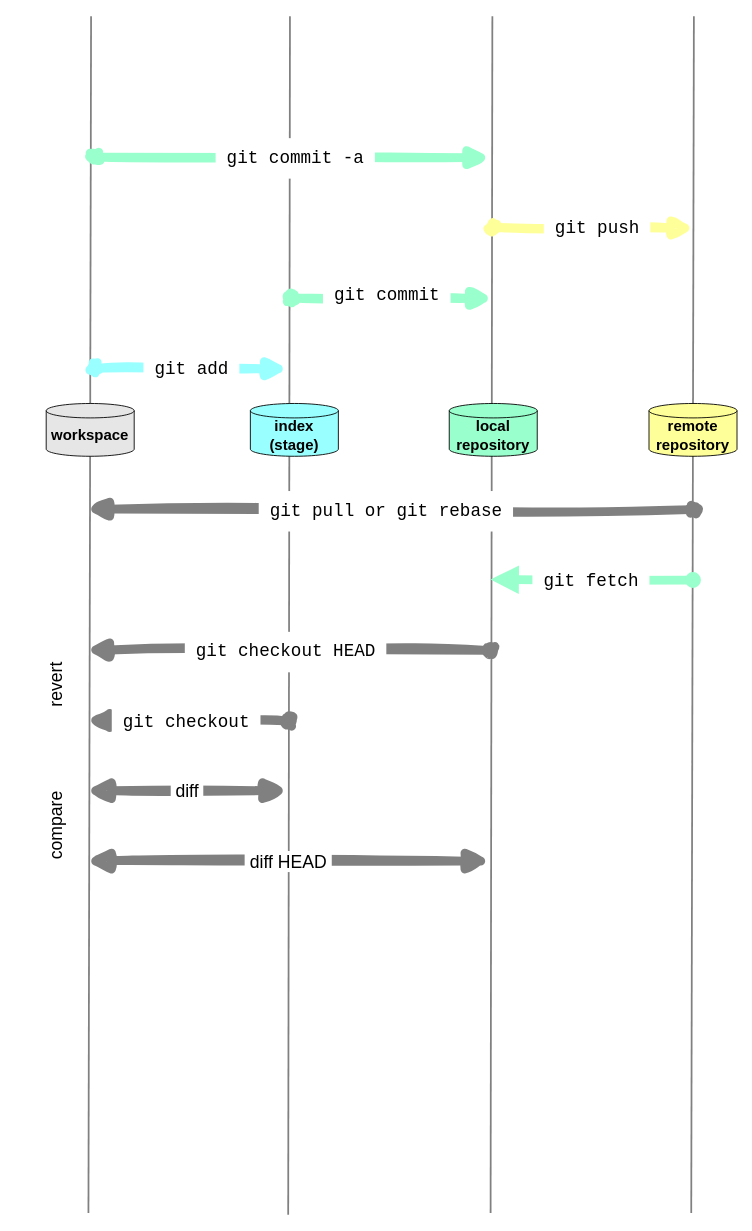
The draw.io diagram page "3 areas" (1 of 3) of Git Knowledge Map.drawio in wxfls/draw.io, before the edit. Source tidied: cells renumbered, new cells numbered last; positions are measured from the earlier drawing's top-left corner, leaving out a move shared by most shapes. Both pictures are drawn from the tidied source at 88%, with x=0, y=0 at pixel (24, 16).
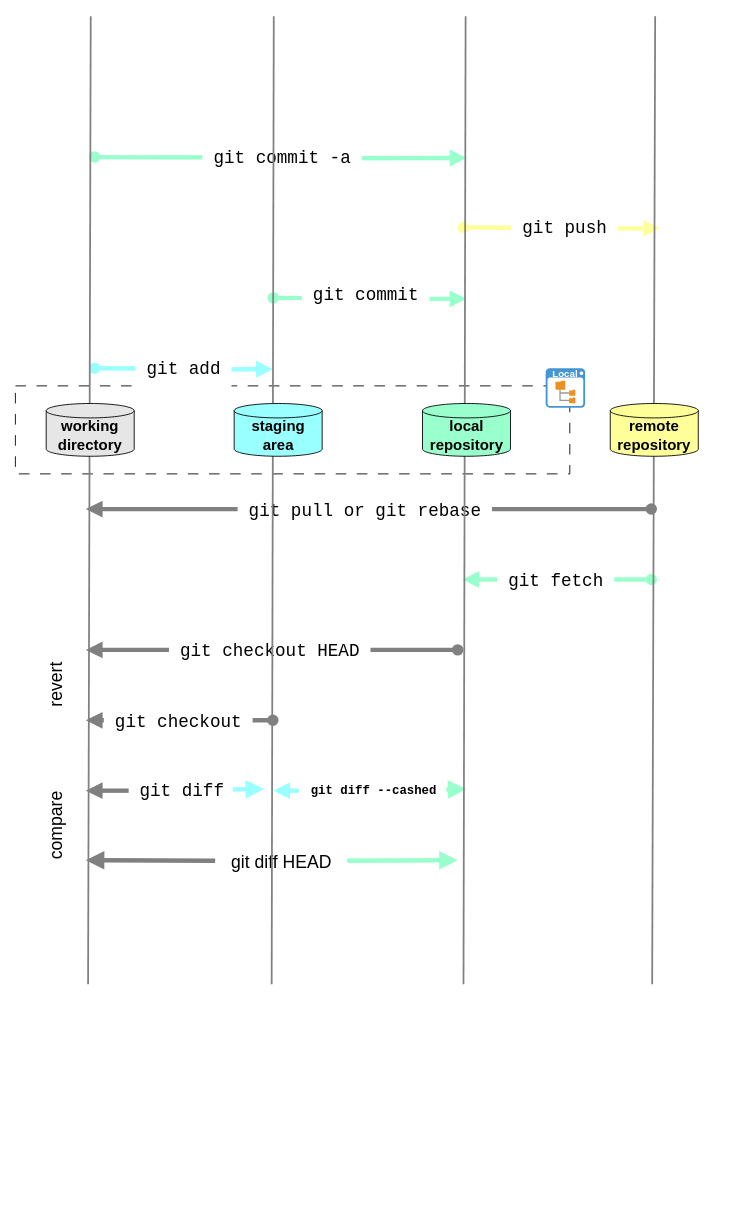
Above is the later version.

What changed in the source:
```diff
@@
-    <mxCell id="2" style="endArrow=none;html=1;rounded=0;strokeWidth=2;strokeColor=#808080;" parent="1" edge="1">
-      <mxGeometry relative="1" as="geometry">
-        <mxPoint x="73" y="1360" as="sourcePoint" />
-        <mxPoint x="76" as="targetPoint" />
-      </mxGeometry>
-    </mxCell>
-    <mxCell id="3" style="endArrow=none;html=1;rounded=0;strokeWidth=2;strokeColor=#808080;" parent="1" edge="1">
-      <mxGeometry relative="1" as="geometry">
-        <mxPoint x="300" y="1362" as="sourcePoint" />
-        <mxPoint x="302" as="targetPoint" />
-      </mxGeometry>
-    </mxCell>
-    <mxCell id="4" style="endArrow=none;html=1;rounded=0;strokeWidth=2;strokeColor=#808080;" parent="1" edge="1">
-      <mxGeometry relative="1" as="geometry">
-        <mxPoint x="758" y="1360" as="sourcePoint" />
-        <mxPoint x="761" as="targetPoint" />
-      </mxGeometry>
-    </mxCell>
-    <mxCell id="5" style="endArrow=none;html=1;rounded=0;strokeWidth=2;strokeColor=#808080;" parent="1" edge="1">
-      <mxGeometry relative="1" as="geometry">
-        <mxPoint x="530" y="1360" as="sourcePoint" />
-        <mxPoint x="532" as="targetPoint" />
-      </mxGeometry>
-    </mxCell>
-    <mxCell id="6" value="&lt;b&gt;&lt;font style=&quot;font-size: 17px;&quot;&gt;workspace&lt;/font&gt;&lt;/b&gt;" style="shape=cylinder3;whiteSpace=wrap;html=1;boundedLbl=1;backgroundOutline=1;size=8.199981689453125;fillColor=#E6E6E6;flipH=0;flipV=0;" parent="1" vertex="1">
-      <mxGeometry x="25" y="440" width="100" height="60" as="geometry" />
-    </mxCell>
-    <mxCell id="7" value="&lt;b&gt;&lt;font style=&quot;font-size: 17px;&quot;&gt;remote repository&lt;/font&gt;&lt;/b&gt;" style="shape=cylinder3;whiteSpace=wrap;html=1;boundedLbl=1;backgroundOutline=1;size=8.199981689453125;fillColor=#FFFF99;flipH=0;flipV=0;" parent="1" vertex="1">
-      <mxGeometry x="710" y="440" width="100" height="60" as="geometry" />
-    </mxCell>
-    <mxCell id="8" value="&lt;b&gt;&lt;font style=&quot;font-size: 17px;&quot;&gt;local repository&lt;/font&gt;&lt;/b&gt;" style="shape=cylinder3;whiteSpace=wrap;html=1;boundedLbl=1;backgroundOutline=1;size=8.199981689453125;fillColor=#99FFCC;flipH=0;flipV=0;" parent="1" vertex="1">
-      <mxGeometry x="483" y="440" width="100" height="60" as="geometry" />
-    </mxCell>
-    <mxCell id="9" value="&lt;b&gt;&lt;font style=&quot;font-size: 17px;&quot;&gt;index&lt;br&gt;(stage)&lt;/font&gt;&lt;/b&gt;" style="shape=cylinder3;whiteSpace=wrap;html=1;boundedLbl=1;backgroundOutline=1;size=8.199981689453125;fillColor=#99FFFF;flipH=0;flipV=0;" parent="1" vertex="1">
-      <mxGeometry x="257" y="440" width="100" height="60" as="geometry" />
-    </mxCell>
+    <mxCell id="30" style="rounded=0;whiteSpace=wrap;html=1;hachureGap=4;fontFamily=Architects Daughter;fillColor=none;dashed=1;dashPattern=12 12;" parent="1" vertex="1">
+      <mxGeometry x="-10" y="420" width="630" height="100" as="geometry" />
+    </mxCell>
-    <mxCell id="10" value="&lt;pre&gt;&lt;br&gt;&lt;/pre&gt;" style="html=1;verticalAlign=bottom;startArrow=oval;startFill=1;endArrow=block;startSize=8;curved=0;rounded=0;shadow=0;strokeColor=#99FFCC;align=center;fontFamily=Helvetica;fontSize=11;fontColor=default;labelBackgroundColor=default;edgeStyle=orthogonalEdgeStyle;flowAnimation=0;strokeWidth=10;sketch=1;curveFitting=1;jiggle=2;" parent="1" edge="1">
+    <mxCell id="10" value="&lt;pre&gt;&lt;br&gt;&lt;/pre&gt;" style="html=1;verticalAlign=bottom;startArrow=oval;startFill=1;endArrow=block;startSize=8;curved=0;rounded=0;shadow=0;strokeColor=#99FFCC;align=center;fontFamily=Helvetica;fontSize=11;fontColor=default;labelBackgroundColor=default;edgeStyle=orthogonalEdgeStyle;flowAnimation=0;strokeWidth=5;" parent="1" edge="1">
       <mxGeometry relative="1" as="geometry">
         <mxPoint x="80" y="160" as="sourcePoint" />
-        <mxPoint x="530" y="160.6" as="targetPoint" />
+        <mxPoint x="502.6" y="161" as="targetPoint" />
       </mxGeometry>
     </mxCell>
@@
-    <mxCell id="12" value="&lt;pre&gt;&lt;br&gt;&lt;/pre&gt;" style="html=1;verticalAlign=bottom;startArrow=oval;startFill=1;endArrow=block;startSize=8;curved=0;rounded=0;shadow=0;strokeColor=#99FFCC;align=center;fontFamily=Helvetica;fontSize=11;fontColor=default;labelBackgroundColor=default;edgeStyle=orthogonalEdgeStyle;flowAnimation=0;strokeWidth=10;sketch=1;curveFitting=1;jiggle=2;" parent="1" edge="1">
+    <mxCell id="12" value="&lt;pre&gt;&lt;br&gt;&lt;/pre&gt;" style="html=1;verticalAlign=bottom;startArrow=oval;startFill=1;endArrow=block;startSize=8;curved=0;rounded=0;shadow=0;strokeColor=#99FFCC;align=center;fontFamily=Helvetica;fontSize=11;fontColor=default;labelBackgroundColor=default;edgeStyle=orthogonalEdgeStyle;flowAnimation=0;strokeWidth=5;" parent="1" edge="1">
       <mxGeometry relative="1" as="geometry">
-        <mxPoint x="303" y="320" as="sourcePoint" />
-        <mxPoint x="533" y="320.6" as="targetPoint" />
+        <mxPoint x="283" y="320" as="sourcePoint" />
+        <mxPoint x="502.6" y="321" as="targetPoint" />
       </mxGeometry>
     </mxCell>
@@
-    <mxCell id="14" value="&lt;pre&gt;&lt;br&gt;&lt;/pre&gt;" style="html=1;verticalAlign=bottom;startArrow=oval;startFill=1;endArrow=block;startSize=8;curved=0;rounded=0;shadow=0;strokeColor=#99FFFF;align=center;fontFamily=Helvetica;fontSize=11;fontColor=default;labelBackgroundColor=default;edgeStyle=orthogonalEdgeStyle;flowAnimation=1;strokeWidth=10;sketch=1;curveFitting=1;jiggle=2;" parent="1" edge="1">
+    <mxCell id="14" value="&lt;pre&gt;&lt;br&gt;&lt;/pre&gt;" style="html=1;verticalAlign=bottom;startArrow=oval;startFill=1;endArrow=block;startSize=8;curved=0;rounded=0;shadow=0;strokeColor=#99FFFF;align=center;fontFamily=Helvetica;fontSize=11;fontColor=default;labelBackgroundColor=default;edgeStyle=orthogonalEdgeStyle;flowAnimation=0;strokeWidth=5;" parent="1" edge="1">
       <mxGeometry relative="1" as="geometry">
         <mxPoint x="80" y="400" as="sourcePoint" />
-        <mxPoint x="300" y="400.6" as="targetPoint" />
+        <mxPoint x="282.6" y="401" as="targetPoint" />
       </mxGeometry>
     </mxCell>
@@
-    <mxCell id="16" value="&lt;pre&gt;&lt;br&gt;&lt;/pre&gt;" style="html=1;verticalAlign=bottom;startArrow=oval;startFill=1;endArrow=block;startSize=8;curved=0;rounded=0;shadow=0;strokeColor=#FFFF99;align=center;fontFamily=Helvetica;fontSize=11;fontColor=default;labelBackgroundColor=default;edgeStyle=orthogonalEdgeStyle;flowAnimation=0;strokeWidth=10;sketch=1;curveFitting=1;jiggle=2;" parent="1" edge="1">
+    <mxCell id="16" value="&lt;pre&gt;&lt;br&gt;&lt;/pre&gt;" style="html=1;verticalAlign=bottom;startArrow=oval;startFill=1;endArrow=block;startSize=8;curved=0;rounded=0;shadow=0;strokeColor=#FFFF99;align=center;fontFamily=Helvetica;fontSize=11;fontColor=default;labelBackgroundColor=default;edgeStyle=orthogonalEdgeStyle;flowAnimation=0;strokeWidth=5;" parent="1" edge="1">
       <mxGeometry relative="1" as="geometry">
-        <mxPoint x="532" y="240" as="sourcePoint" />
-        <mxPoint x="762" y="240.6" as="targetPoint" />
+        <mxPoint x="499" y="240" as="sourcePoint" />
+        <mxPoint x="722.6" y="241" as="targetPoint" />
       </mxGeometry>
     </mxCell>
@@
-    <mxCell id="18" value="&lt;pre&gt;&lt;br&gt;&lt;/pre&gt;" style="html=1;verticalAlign=bottom;startArrow=oval;startFill=1;endArrow=block;startSize=8;curved=0;rounded=0;shadow=0;strokeColor=#808080;align=center;fontFamily=Helvetica;fontSize=11;fontColor=default;labelBackgroundColor=default;edgeStyle=orthogonalEdgeStyle;flowAnimation=1;strokeWidth=10;sketch=1;curveFitting=1;jiggle=2;" parent="1" edge="1">
+    <mxCell id="18" value="&lt;pre&gt;&lt;br&gt;&lt;/pre&gt;" style="html=1;verticalAlign=bottom;startArrow=oval;startFill=1;endArrow=block;startSize=8;curved=0;rounded=0;shadow=0;strokeColor=#808080;align=center;fontFamily=Helvetica;fontSize=11;fontColor=default;labelBackgroundColor=default;edgeStyle=orthogonalEdgeStyle;flowAnimation=0;strokeWidth=5;" parent="1" edge="1">
       <mxGeometry relative="1" as="geometry">
-        <mxPoint x="760" y="560.6" as="sourcePoint" />
+        <mxPoint x="712.6" y="560" as="sourcePoint" />
         <mxPoint x="70" y="560" as="targetPoint" />
       </mxGeometry>
     </mxCell>
@@
-    <mxCell id="20" value="&lt;pre&gt;&lt;br&gt;&lt;/pre&gt;" style="html=1;verticalAlign=bottom;startArrow=oval;startFill=1;endArrow=block;startSize=8;curved=0;rounded=0;shadow=0;strokeColor=#99FFCC;align=center;fontFamily=Helvetica;fontSize=11;fontColor=default;labelBackgroundColor=default;edgeStyle=orthogonalEdgeStyle;flowAnimation=0;strokeWidth=10;" parent="1" edge="1">
+    <mxCell id="20" value="&lt;pre&gt;&lt;br&gt;&lt;/pre&gt;" style="html=1;verticalAlign=bottom;startArrow=oval;startFill=1;endArrow=block;startSize=8;curved=0;rounded=0;shadow=0;strokeColor=#99FFCC;align=center;fontFamily=Helvetica;fontSize=11;fontColor=default;labelBackgroundColor=default;edgeStyle=orthogonalEdgeStyle;flowAnimation=0;strokeWidth=5;" parent="1" edge="1">
       <mxGeometry relative="1" as="geometry">
-        <mxPoint x="760" y="640.6" as="sourcePoint" />
-        <mxPoint x="530" y="640" as="targetPoint" />
+        <mxPoint x="712.6" y="640" as="sourcePoint" />
+        <mxPoint x="498" y="640" as="targetPoint" />
       </mxGeometry>
     </mxCell>
@@
-    <mxCell id="22" value="&lt;pre&gt;&lt;br&gt;&lt;/pre&gt;" style="html=1;verticalAlign=bottom;startArrow=oval;startFill=1;endArrow=block;startSize=8;curved=0;rounded=0;shadow=0;strokeColor=#808080;align=center;fontFamily=Helvetica;fontSize=11;fontColor=default;labelBackgroundColor=default;edgeStyle=orthogonalEdgeStyle;flowAnimation=1;strokeWidth=10;sketch=1;curveFitting=1;jiggle=2;" parent="1" edge="1">
+    <mxCell id="22" value="&lt;pre&gt;&lt;br&gt;&lt;/pre&gt;" style="html=1;verticalAlign=bottom;startArrow=oval;startFill=1;endArrow=block;startSize=8;curved=0;rounded=0;shadow=0;strokeColor=#808080;align=center;fontFamily=Helvetica;fontSize=11;fontColor=default;labelBackgroundColor=default;edgeStyle=orthogonalEdgeStyle;flowAnimation=0;strokeWidth=5;" parent="1" edge="1">
       <mxGeometry relative="1" as="geometry">
-        <mxPoint x="530" y="720.6" as="sourcePoint" />
+        <mxPoint x="492.6" y="720" as="sourcePoint" />
         <mxPoint x="70" y="720" as="targetPoint" />
       </mxGeometry>
     </mxCell>
@@
-    <mxCell id="24" value="&lt;pre&gt;&lt;br&gt;&lt;/pre&gt;" style="html=1;verticalAlign=bottom;startArrow=oval;startFill=1;endArrow=block;startSize=8;curved=0;rounded=0;shadow=0;strokeColor=#808080;align=center;fontFamily=Helvetica;fontSize=11;fontColor=default;labelBackgroundColor=default;edgeStyle=orthogonalEdgeStyle;flowAnimation=0;strokeWidth=10;sketch=1;curveFitting=1;jiggle=2;" parent="1" edge="1">
+    <mxCell id="24" value="&lt;pre&gt;&lt;br&gt;&lt;/pre&gt;" style="html=1;verticalAlign=bottom;startArrow=oval;startFill=1;endArrow=block;startSize=8;curved=0;rounded=0;shadow=0;strokeColor=#808080;align=center;fontFamily=Helvetica;fontSize=11;fontColor=default;labelBackgroundColor=default;edgeStyle=orthogonalEdgeStyle;flowAnimation=0;strokeWidth=5;" parent="1" edge="1">
       <mxGeometry relative="1" as="geometry">
-        <mxPoint x="300" y="800.6" as="sourcePoint" />
+        <mxPoint x="282.6" y="800" as="sourcePoint" />
         <mxPoint x="70" y="800" as="targetPoint" />
       </mxGeometry>
     </mxCell>
@@
+    <mxCell id="29" value="&lt;font style=&quot;font-size: 20px;&quot;&gt;compare&lt;/font&gt;" style="text;html=1;align=center;verticalAlign=middle;strokeColor=none;fillColor=none;fontFamily=Helvetica;fontSize=11;fontColor=default;labelBackgroundColor=default;horizontal=0;" parent="1" vertex="1">
+      <mxGeometry x="10" y="875" width="50" height="90" as="geometry" />
+    </mxCell>
+    <mxCell id="31" style="group;" parent="1" vertex="1">
+      <mxGeometry x="70" y="940" width="422.6" height="40" as="geometry" />
+    </mxCell>
+    <mxCell id="28" style="edgeStyle=none;jettySize=auto;html=1;endArrow=none;startArrow=block;endSize=8;startSize=8;rounded=0;shadow=0;strokeColor=#808080;align=center;verticalAlign=middle;fontFamily=Helvetica;fontSize=11;fontColor=default;labelBackgroundColor=default;flowAnimation=0;curved=1;strokeWidth=5;startFill=1;endFill=0;" parent="31" edge="1" target="32">
+      <mxGeometry relative="1" as="geometry">
+        <mxPoint y="19" as="sourcePoint" />
+      </mxGeometry>
+    </mxCell>
+    <mxCell id="32" value="&lt;span style=&quot;font-family: Helvetica; font-size: 20px; background-color: rgb(255, 255, 255);&quot;&gt;&amp;nbsp;git&amp;nbsp;diff HEAD&amp;nbsp;&lt;/span&gt;" style="text;html=1;align=center;verticalAlign=middle;points=[];strokeColor=none;fillColor=none;fontFamily=Architects Daughter;flipH=0;flipV=1;" parent="31" vertex="1">
+      <mxGeometry x="147" width="150" height="40" as="geometry" />
+    </mxCell>
+    <mxCell id="33" style="edgeStyle=none;jettySize=auto;html=1;endArrow=none;startArrow=block;endSize=8;startSize=8;rounded=0;shadow=0;strokeColor=#99FFCC;align=center;verticalAlign=middle;fontFamily=Helvetica;fontSize=11;fontColor=default;labelBackgroundColor=default;flowAnimation=0;curved=0;strokeWidth=5;startFill=1;endFill=0;jumpStyle=none;" parent="31" edge="1" target="32">
+      <mxGeometry relative="1" as="geometry">
+        <mxPoint x="422.6" y="19" as="sourcePoint" />
+      </mxGeometry>
+    </mxCell>
+    <mxCell id="34" style="group;" parent="1" vertex="1">
+      <mxGeometry x="70" y="850" width="202.6" height="60" as="geometry" />
+    </mxCell>
-    <mxCell id="27" value="&lt;font style=&quot;font-size: 20px;&quot;&gt;&amp;nbsp;diff&amp;nbsp;&lt;/font&gt;" style="edgeStyle=none;orthogonalLoop=1;jettySize=auto;html=1;endArrow=block;startArrow=block;endSize=8;startSize=8;rounded=0;shadow=0;strokeColor=#808080;align=center;verticalAlign=middle;fontFamily=Helvetica;fontSize=11;fontColor=default;labelBackgroundColor=default;flowAnimation=0;curved=0;strokeWidth=10;startFill=1;endFill=1;sketch=1;curveFitting=1;jiggle=2;jumpStyle=none;" parent="1" edge="1">
+    <mxCell id="27" style="edgeStyle=none;jettySize=auto;html=1;endArrow=none;startArrow=block;rounded=0;shadow=0;strokeColor=#808080;align=center;verticalAlign=middle;fontFamily=Helvetica;fontSize=11;fontColor=default;labelBackgroundColor=default;flowAnimation=0;curved=0;strokeWidth=5;startFill=1;endFill=0;jumpStyle=none;" parent="34" edge="1" target="36">
       <mxGeometry relative="1" as="geometry">
-        <mxPoint x="70" y="880" as="sourcePoint" />
-        <mxPoint x="300" y="880" as="targetPoint" />
+        <mxPoint y="30" as="sourcePoint" />
       </mxGeometry>
     </mxCell>
-    <mxCell id="28" value="&lt;font style=&quot;font-size: 20px;&quot;&gt;&amp;nbsp;diff HEAD&amp;nbsp;&lt;/font&gt;" style="edgeStyle=none;orthogonalLoop=1;jettySize=auto;html=1;endArrow=block;startArrow=block;endSize=8;startSize=8;rounded=0;shadow=0;strokeColor=#808080;align=center;verticalAlign=middle;fontFamily=Helvetica;fontSize=11;fontColor=default;labelBackgroundColor=default;flowAnimation=0;curved=1;strokeWidth=10;startFill=1;endFill=1;sketch=1;curveFitting=1;jiggle=2;" parent="1" edge="1">
-      <mxGeometry relative="1" as="geometry">
-        <mxPoint x="70" y="960" as="sourcePoint" />
-        <mxPoint x="530" y="960" as="targetPoint" />
-      </mxGeometry>
-    </mxCell>
-    <mxCell id="29" value="&lt;font style=&quot;font-size: 20px;&quot;&gt;compare&lt;/font&gt;" style="text;html=1;align=center;verticalAlign=middle;strokeColor=none;fillColor=none;fontFamily=Helvetica;fontSize=11;fontColor=default;labelBackgroundColor=default;horizontal=0;" parent="1" vertex="1">
-      <mxGeometry x="10" y="875" width="50" height="90" as="geometry" />
-    </mxCell>
+    <mxCell id="35" style="edgeStyle=none;jettySize=auto;html=1;endArrow=none;startArrow=block;endSize=8;startSize=8;rounded=0;shadow=0;strokeColor=#99FFFF;align=center;verticalAlign=middle;fontFamily=Helvetica;fontSize=11;fontColor=default;labelBackgroundColor=default;flowAnimation=0;curved=0;strokeWidth=5;startFill=1;endFill=0;jumpStyle=none;entryX=0.986;entryY=0.478;entryDx=0;entryDy=0;entryPerimeter=0;" parent="34" edge="1" target="36">
+      <mxGeometry relative="1" as="geometry">
+        <mxPoint x="202.6" y="28" as="sourcePoint" />
+      </mxGeometry>
+    </mxCell>
+    <mxCell id="36" value="&lt;pre&gt;&lt;font style=&quot;font-size: 20px;&quot;&gt;git diff&lt;/font&gt;&lt;/pre&gt;" style="text;html=1;align=center;verticalAlign=middle;points=[];strokeColor=none;fillColor=none;fontFamily=Architects Daughter;gradientColor=none;" parent="34" vertex="1">
+      <mxGeometry x="48.7" width="120" height="60" as="geometry" />
+    </mxCell>
+    <mxCell id="37" style="group;" parent="1" vertex="1">
+      <mxGeometry x="283" y="850" width="219.6" height="60" as="geometry" />
+    </mxCell>
+    <mxCell id="38" style="edgeStyle=none;jettySize=auto;html=1;endArrow=none;startArrow=block;rounded=0;shadow=0;strokeColor=#99FFFF;align=center;verticalAlign=middle;fontFamily=Helvetica;fontSize=11;fontColor=default;labelBackgroundColor=default;flowAnimation=0;curved=0;strokeWidth=5;startFill=1;endFill=0;jumpStyle=none;" parent="37" edge="1" target="40">
+      <mxGeometry relative="1" as="geometry">
+        <mxPoint y="30" as="sourcePoint" />
+      </mxGeometry>
+    </mxCell>
+    <mxCell id="39" style="edgeStyle=none;jettySize=auto;html=1;endArrow=none;startArrow=block;endSize=8;startSize=8;rounded=0;shadow=0;strokeColor=#99FFCC;align=center;verticalAlign=middle;fontFamily=Helvetica;fontSize=11;fontColor=default;labelBackgroundColor=default;flowAnimation=0;curved=0;strokeWidth=5;startFill=1;endFill=0;jumpStyle=none;entryX=0.986;entryY=0.478;entryDx=0;entryDy=0;entryPerimeter=0;" parent="37" edge="1" target="40">
+      <mxGeometry relative="1" as="geometry">
+        <mxPoint x="219.6" y="28" as="sourcePoint" />
+      </mxGeometry>
+    </mxCell>
+    <mxCell id="40" value="&lt;pre style=&quot;font-size: 14px;&quot;&gt;&lt;font style=&quot;font-size: 14px;&quot;&gt;git diff --cashed&lt;/font&gt;&lt;/pre&gt;" style="text;html=1;align=center;verticalAlign=middle;points=[];strokeColor=none;fillColor=none;fontFamily=Architects Daughter;gradientColor=none;fontStyle=1;fontSize=14;" parent="37" vertex="1">
+      <mxGeometry x="29" width="170" height="60" as="geometry" />
+    </mxCell>
+    <mxCell id="41" style="group;" parent="1" vertex="1">
+      <mxGeometry x="592.6" y="396" width="47.4" height="48.8" as="geometry" />
+    </mxCell>
+    <mxCell id="42" style="shadow=0;dashed=0;html=1;strokeColor=none;fillColor=#4495D1;labelPosition=center;verticalLabelPosition=bottom;verticalAlign=top;align=center;shape=mxgraph.veeam.2d.file_system_browser;" parent="41" vertex="1">
+      <mxGeometry y="4" width="44.8" height="44.8" as="geometry" />
+    </mxCell>
+    <mxCell id="43" value="&lt;font color=&quot;#ffffff&quot;&gt;Local&amp;nbsp;&lt;/font&gt;" style="dashed=0;html=1;fillColor=none;strokeColor=none;align=center;rounded=1;arcSize=10;fontColor=#596780;fontStyle=1;fontSize=11;shadow=0;" parent="41" vertex="1">
+      <mxGeometry width="47.4" height="20" as="geometry" />
+    </mxCell>
+    <mxCell id="44" style="group;" parent="1" vertex="1">
+      <mxGeometry x="666" width="100" height="1100" as="geometry" />
+    </mxCell>
+    <mxCell id="4" style="endArrow=none;html=1;rounded=0;strokeWidth=2;strokeColor=#808080;" parent="44" edge="1">
+      <mxGeometry relative="1" as="geometry">
+        <mxPoint x="47.6" y="1100" as="sourcePoint" />
+        <mxPoint x="51" as="targetPoint" />
+      </mxGeometry>
+    </mxCell>
+    <mxCell id="7" value="&lt;b&gt;&lt;font style=&quot;font-size: 17px;&quot;&gt;remote repository&lt;/font&gt;&lt;/b&gt;" style="shape=cylinder3;whiteSpace=wrap;html=1;boundedLbl=1;backgroundOutline=1;size=8.199981689453125;fillColor=#FFFF99;flipH=0;flipV=0;" parent="44" vertex="1">
+      <mxGeometry y="440" width="100" height="60" as="geometry" />
+    </mxCell>
+    <mxCell id="45" style="group;" parent="1" vertex="1">
+      <mxGeometry x="452.6" width="100" height="1100" as="geometry" />
+    </mxCell>
+    <mxCell id="5" style="endArrow=none;html=1;rounded=0;strokeWidth=2;strokeColor=#808080;" parent="45" edge="1">
+      <mxGeometry relative="1" as="geometry">
+        <mxPoint x="46.6" y="1100" as="sourcePoint" />
+        <mxPoint x="49" as="targetPoint" />
+      </mxGeometry>
+    </mxCell>
+    <mxCell id="8" value="&lt;b&gt;&lt;font style=&quot;font-size: 17px;&quot;&gt;local repository&lt;/font&gt;&lt;/b&gt;" style="shape=cylinder3;whiteSpace=wrap;html=1;boundedLbl=1;backgroundOutline=1;size=8.199981689453125;fillColor=#99FFCC;flipH=0;flipV=0;" parent="45" vertex="1">
+      <mxGeometry y="440" width="100" height="60" as="geometry" />
+    </mxCell>
+    <mxCell id="46" style="group;" parent="1" vertex="1">
+      <mxGeometry x="238.6" width="100" height="1100" as="geometry" />
+    </mxCell>
+    <mxCell id="3" style="endArrow=none;html=1;rounded=0;strokeWidth=2;strokeColor=#808080;" parent="46" edge="1">
+      <mxGeometry relative="1" as="geometry">
+        <mxPoint x="42.6" y="1100" as="sourcePoint" />
+        <mxPoint x="45" as="targetPoint" />
+      </mxGeometry>
+    </mxCell>
+    <mxCell id="9" value="&lt;span style=&quot;font-size: 17px;&quot;&gt;&lt;b&gt;staging area&lt;/b&gt;&lt;/span&gt;" style="shape=cylinder3;whiteSpace=wrap;html=1;boundedLbl=1;backgroundOutline=1;size=8.199981689453125;fillColor=#99FFFF;flipH=0;flipV=0;" parent="46" vertex="1">
+      <mxGeometry y="440" width="100" height="60" as="geometry" />
+    </mxCell>
+    <mxCell id="47" style="group;" parent="1" vertex="1">
+      <mxGeometry x="25" width="100" height="1100" as="geometry" />
+    </mxCell>
+    <mxCell id="2" style="endArrow=none;html=1;rounded=0;strokeWidth=2;strokeColor=#808080;" parent="47" edge="1">
+      <mxGeometry relative="1" as="geometry">
+        <mxPoint x="47.6" y="1100" as="sourcePoint" />
+        <mxPoint x="50.6" as="targetPoint" />
+      </mxGeometry>
+    </mxCell>
+    <mxCell id="6" value="&lt;b&gt;&lt;font style=&quot;font-size: 17px;&quot;&gt;working directory&lt;/font&gt;&lt;/b&gt;" style="shape=cylinder3;whiteSpace=wrap;html=1;boundedLbl=1;backgroundOutline=1;size=8.199981689453125;fillColor=#E6E6E6;flipH=0;flipV=0;" parent="47" vertex="1">
+      <mxGeometry y="440" width="100" height="60" as="geometry" />
+    </mxCell>
+    <mxCell id="48" parent="0" />
```
